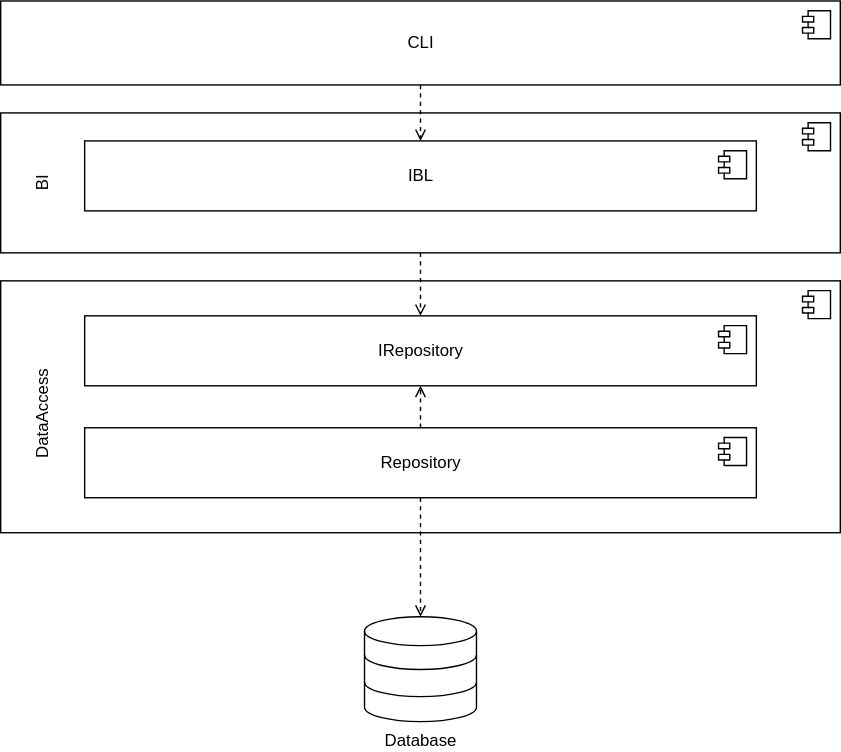
Earlier version of the draw.io export rpz/inc/img/components.svg (nafanasundukukrali/car_service). Source tidied: cells renumbered, new cells last; positions are measured from the earlier drawing's top-left corner, leaving out a move shared by most shapes. The source it was exported from:
```xml
<mxGraphModel>
  <root>
    <mxCell id="0" />
    <mxCell id="1" parent="0" />
    <mxCell id="2" style="html=1;direction=south;" parent="1" vertex="1">
      <mxGeometry x="40" y="80" width="600" height="100" as="geometry" />
    </mxCell>
    <mxCell id="3" style="shape=module;jettyWidth=8;jettyHeight=4;" parent="2" vertex="1">
      <mxGeometry x="1" width="20" height="20" relative="1" as="geometry">
        <mxPoint x="-27" y="7" as="offset" />
      </mxGeometry>
    </mxCell>
    <mxCell id="4" value="CLI" style="html=1;direction=south;" parent="1" vertex="1">
      <mxGeometry x="40" width="600" height="60" as="geometry" />
    </mxCell>
    <mxCell id="5" style="shape=module;jettyWidth=8;jettyHeight=4;" parent="4" vertex="1">
      <mxGeometry x="1" width="20" height="20" relative="1" as="geometry">
        <mxPoint x="-27" y="7" as="offset" />
      </mxGeometry>
    </mxCell>
    <mxCell id="6" style="edgeStyle=orthogonalEdgeStyle;rounded=0;jettySize=auto;html=1;exitX=1;exitY=0.5;exitDx=0;exitDy=0;entryX=0;entryY=0.5;entryDx=0;entryDy=0;dashed=1;endArrow=open;endFill=0;" parent="1" edge="1" source="4" target="18">
      <mxGeometry relative="1" as="geometry" />
    </mxCell>
    <mxCell id="7" style="html=1;direction=south;" parent="1" vertex="1">
      <mxGeometry x="40" y="200" width="600" height="180" as="geometry" />
    </mxCell>
    <mxCell id="8" style="shape=module;jettyWidth=8;jettyHeight=4;" parent="7" vertex="1">
      <mxGeometry x="1" width="20" height="20" relative="1" as="geometry">
        <mxPoint x="-27" y="7" as="offset" />
      </mxGeometry>
    </mxCell>
    <mxCell id="9" value="IRepository" style="html=1;direction=south;" parent="1" vertex="1">
      <mxGeometry x="100" y="225" width="480" height="50" as="geometry" />
    </mxCell>
    <mxCell id="10" style="shape=module;jettyWidth=8;jettyHeight=4;" parent="9" vertex="1">
      <mxGeometry x="1" width="20" height="20" relative="1" as="geometry">
        <mxPoint x="-27" y="7" as="offset" />
      </mxGeometry>
    </mxCell>
    <mxCell id="11" style="edgeStyle=orthogonalEdgeStyle;rounded=0;jettySize=auto;html=1;exitX=0;exitY=0.5;exitDx=0;exitDy=0;entryX=1;entryY=0.5;entryDx=0;entryDy=0;endArrow=open;dashed=1;endFill=0;" parent="1" edge="1" source="13" target="9">
      <mxGeometry relative="1" as="geometry" />
    </mxCell>
    <mxCell id="12" style="edgeStyle=orthogonalEdgeStyle;rounded=0;jettySize=auto;html=1;exitX=1;exitY=0.5;exitDx=0;exitDy=0;endArrow=open;dashed=1;endFill=0;" parent="1" edge="1" source="13" target="17">
      <mxGeometry relative="1" as="geometry" />
    </mxCell>
    <mxCell id="13" value="Repository" style="html=1;direction=south;" parent="1" vertex="1">
      <mxGeometry x="100" y="305" width="480" height="50" as="geometry" />
    </mxCell>
    <mxCell id="14" style="shape=module;jettyWidth=8;jettyHeight=4;" parent="13" vertex="1">
      <mxGeometry x="1" width="20" height="20" relative="1" as="geometry">
        <mxPoint x="-27" y="7" as="offset" />
      </mxGeometry>
    </mxCell>
    <mxCell id="15" value="DataAccess" style="text;html=1;strokeColor=none;fillColor=none;align=center;verticalAlign=middle;whiteSpace=wrap;rounded=0;rotation=-90;" parent="1" vertex="1">
      <mxGeometry y="270" width="140" height="50" as="geometry" />
    </mxCell>
    <mxCell id="16" style="edgeStyle=orthogonalEdgeStyle;rounded=0;jettySize=auto;html=1;exitX=1;exitY=0.5;exitDx=0;exitDy=0;entryX=0;entryY=0.5;entryDx=0;entryDy=0;endArrow=open;dashed=1;endFill=0;" parent="1" edge="1" source="2" target="9">
      <mxGeometry relative="1" as="geometry" />
    </mxCell>
    <mxCell id="17" value="Database" style="html=1;verticalLabelPosition=bottom;align=center;labelBackgroundColor=#ffffff;verticalAlign=top;strokeWidth=1;strokeColor=#000000;shadow=0;dashed=0;shape=mxgraph.ios7.icons.data;" parent="1" vertex="1">
      <mxGeometry x="300" y="440" width="80" height="75" as="geometry" />
    </mxCell>
    <mxCell id="18" value="IBL" style="html=1;direction=south;" parent="1" vertex="1">
      <mxGeometry x="100" y="100" width="480" height="50" as="geometry" />
    </mxCell>
    <mxCell id="19" style="shape=module;jettyWidth=8;jettyHeight=4;" parent="18" vertex="1">
      <mxGeometry x="1" width="20" height="20" relative="1" as="geometry">
        <mxPoint x="-27" y="7" as="offset" />
      </mxGeometry>
    </mxCell>
    <mxCell id="20" value="BI" style="text;html=1;strokeColor=none;fillColor=none;align=center;verticalAlign=middle;whiteSpace=wrap;rounded=0;rotation=-90;" parent="1" vertex="1">
      <mxGeometry x="25" y="105" width="90" height="50" as="geometry" />
    </mxCell>
  </root>
</mxGraphModel>
```
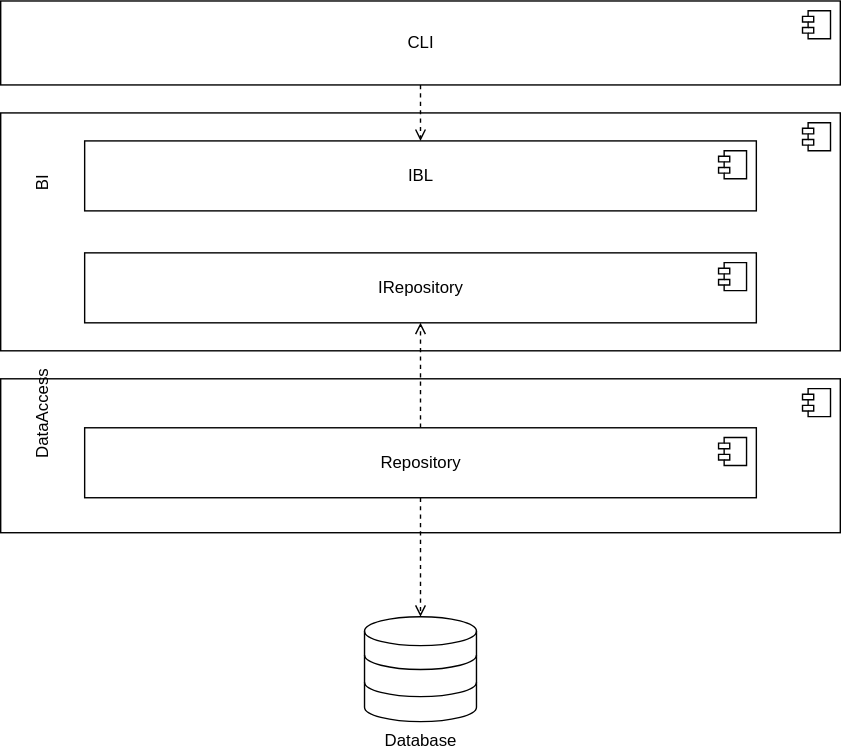
Above is the later version.

Diff of the diagram source:
```diff
@@ -3,7 +3,7 @@
     <mxCell id="0" />
     <mxCell id="1" parent="0" />
     <mxCell id="2" style="html=1;direction=south;" parent="1" vertex="1">
-      <mxGeometry x="40" y="80" width="600" height="100" as="geometry" />
+      <mxGeometry x="40" y="80" width="600" height="170" as="geometry" />
     </mxCell>
     <mxCell id="3" style="shape=module;jettyWidth=8;jettyHeight=4;" parent="2" vertex="1">
       <mxGeometry x="1" width="20" height="20" relative="1" as="geometry">
@@ -22,7 +22,7 @@
       <mxGeometry relative="1" as="geometry" />
     </mxCell>
     <mxCell id="7" style="html=1;direction=south;" parent="1" vertex="1">
-      <mxGeometry x="40" y="200" width="600" height="180" as="geometry" />
+      <mxGeometry x="40" y="270" width="600" height="110" as="geometry" />
     </mxCell>
     <mxCell id="8" style="shape=module;jettyWidth=8;jettyHeight=4;" parent="7" vertex="1">
       <mxGeometry x="1" width="20" height="20" relative="1" as="geometry">
@@ -30,7 +30,7 @@
       </mxGeometry>
     </mxCell>
     <mxCell id="9" value="IRepository" style="html=1;direction=south;" parent="1" vertex="1">
-      <mxGeometry x="100" y="225" width="480" height="50" as="geometry" />
+      <mxGeometry x="100" y="180" width="480" height="50" as="geometry" />
     </mxCell>
     <mxCell id="10" style="shape=module;jettyWidth=8;jettyHeight=4;" parent="9" vertex="1">
       <mxGeometry x="1" width="20" height="20" relative="1" as="geometry">
@@ -54,9 +54,6 @@
     <mxCell id="15" value="DataAccess" style="text;html=1;strokeColor=none;fillColor=none;align=center;verticalAlign=middle;whiteSpace=wrap;rounded=0;rotation=-90;" parent="1" vertex="1">
       <mxGeometry y="270" width="140" height="50" as="geometry" />
     </mxCell>
-    <mxCell id="16" style="edgeStyle=orthogonalEdgeStyle;rounded=0;jettySize=auto;html=1;exitX=1;exitY=0.5;exitDx=0;exitDy=0;entryX=0;entryY=0.5;entryDx=0;entryDy=0;endArrow=open;dashed=1;endFill=0;" parent="1" edge="1" source="2" target="9">
-      <mxGeometry relative="1" as="geometry" />
-    </mxCell>
     <mxCell id="17" value="Database" style="html=1;verticalLabelPosition=bottom;align=center;labelBackgroundColor=#ffffff;verticalAlign=top;strokeWidth=1;strokeColor=#000000;shadow=0;dashed=0;shape=mxgraph.ios7.icons.data;" parent="1" vertex="1">
       <mxGeometry x="300" y="440" width="80" height="75" as="geometry" />
     </mxCell>
```
